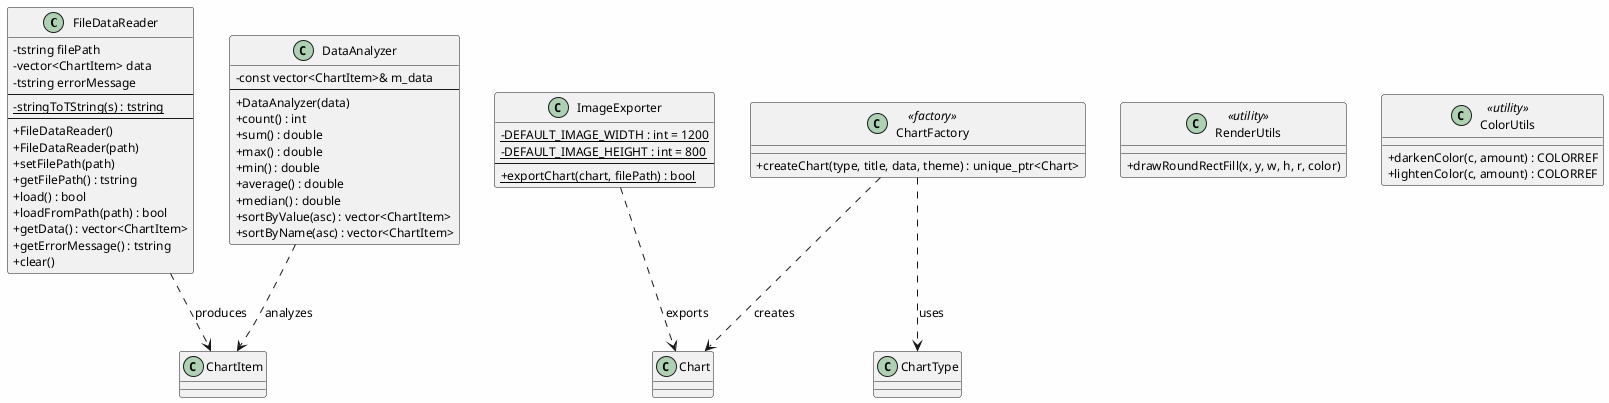
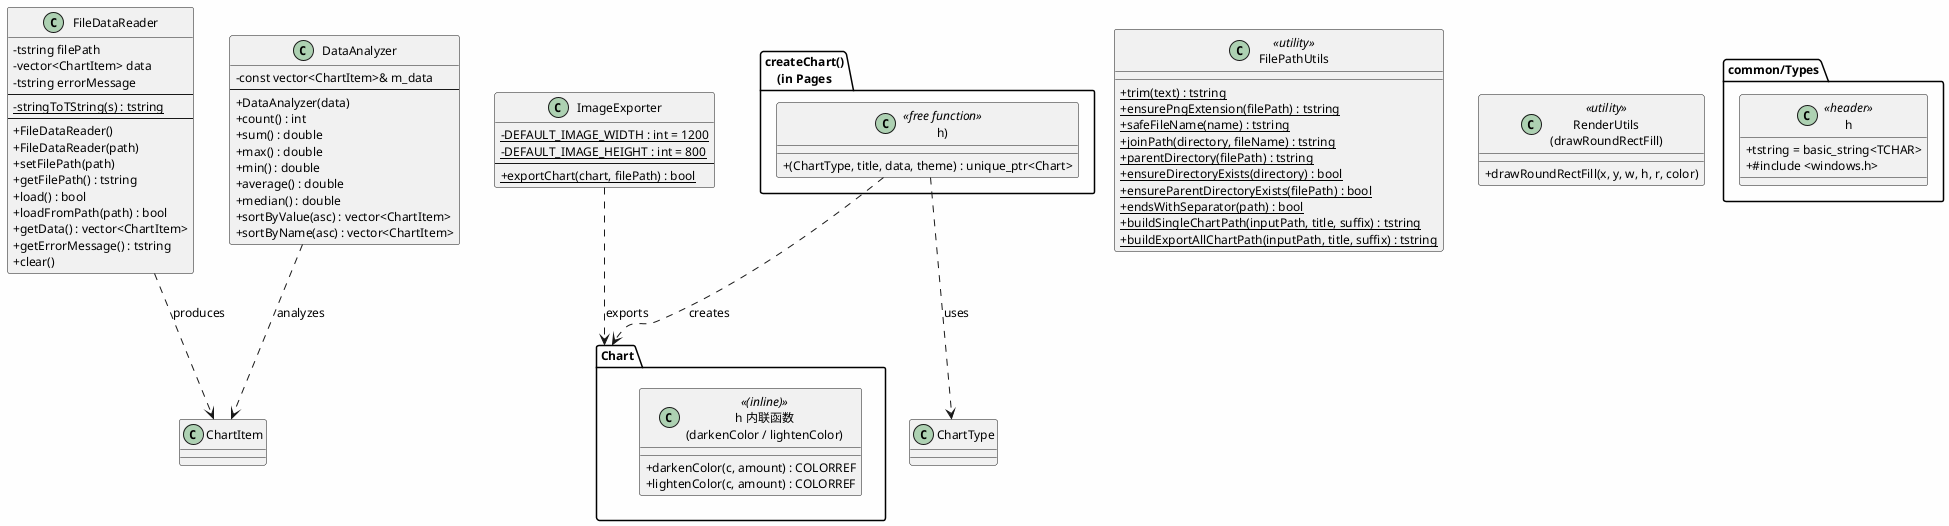
@startuml 工具类与全局函数
- ' ==================== 工具类 + 全局辅助函数 ====================
+ ' ==================== 工具类 + 辅助函数 ====================
+ ' 版本: 2025-06 — 反映最新源码结构
+ '   - 移除 ColorUtils（darkenColor/lightenColor 是 Chart.h 内联函数）
+ '   - 移除 ChartFactory 类（createChart 是 Pages.h 自由函数）
+ '   - 新增 FilePathUtils 类
+ '   - stringToTString 现在通过 common/Types.h 确保 TCHAR 可用

skinparam classAttributeIconSize 0
skinparam backgroundColor #FEFEFE
skinparam defaultFontSize 12

' ── FileDataReader ──
class FileDataReader {
  - tstring filePath
  - vector<ChartItem> data
  - tstring errorMessage
  ---
  - {static} stringToTString(s) : tstring
  ---
  + FileDataReader()
  + FileDataReader(path)
  + setFilePath(path)
  + getFilePath() : tstring
  + load() : bool
  + loadFromPath(path) : bool
  + getData() : vector<ChartItem>
  + getErrorMessage() : tstring
  + clear()
}

' ── DataAnalyzer ──
class DataAnalyzer {
  - const vector<ChartItem>& m_data
  ---
  + DataAnalyzer(data)
  + count() : int
  + sum() : double
  + max() : double
  + min() : double
  + average() : double
  + median() : double
  + sortByValue(asc) : vector<ChartItem>
  + sortByName(asc) : vector<ChartItem>
}

' ── ImageExporter ──
class ImageExporter {
  - {static} DEFAULT_IMAGE_WIDTH : int = 1200
  - {static} DEFAULT_IMAGE_HEIGHT : int = 800
  ---
  + {static} exportChart(chart, filePath) : bool
}

+ ' ── FilePathUtils（新增）──
+ class FilePathUtils <<utility>> {
+   + {static} trim(text) : tstring
+   + {static} ensurePngExtension(filePath) : tstring
+   + {static} safeFileName(name) : tstring
+   + {static} joinPath(directory, fileName) : tstring
+   + {static} parentDirectory(filePath) : tstring
+   + {static} ensureDirectoryExists(directory) : bool
+   + {static} ensureParentDirectoryExists(filePath) : bool
+   + {static} endsWithSeparator(path) : bool
+   + {static} buildSingleChartPath(inputPath, title, suffix) : tstring
+   + {static} buildExportAllChartPath(inputPath, title, suffix) : tstring
+ }
+ 
' ── 全局辅助函数 ──
- class RenderUtils <<utility>> {
+ class "RenderUtils\n(drawRoundRectFill)" <<utility>> {
  + drawRoundRectFill(x, y, w, h, r, color)
}

- class ColorUtils <<utility>> {
+ class "Chart.h 内联函数\n(darkenColor / lightenColor)" <<(inline)>> {
  + darkenColor(c, amount) : COLORREF
  + lightenColor(c, amount) : COLORREF
}

- class ChartFactory <<factory>> {
-   + createChart(type, title, data, theme) : unique_ptr<Chart>
+ ' ── 工厂函数（Pages.h 中自由函数）──
+ class "createChart()\n(in Pages.h)" <<free function>> {
+   + (ChartType, title, data, theme) : unique_ptr<Chart>
+ }
+ 
+ ' ── 公共类型头文件 ──
+ class "common/Types.h" <<header>> {
+   + tstring = basic_string<TCHAR>
+   + #include <windows.h>
}

' ── 依赖关系 ──
FileDataReader ..> ChartItem : produces
DataAnalyzer ..> ChartItem : analyzes
ImageExporter ..> Chart : exports
- ChartFactory ..> Chart : creates
- ChartFactory ..> ChartType : uses
+ "createChart()\n(in Pages.h)" ..> Chart : creates
+ "createChart()\n(in Pages.h)" ..> ChartType : uses

@enduml
